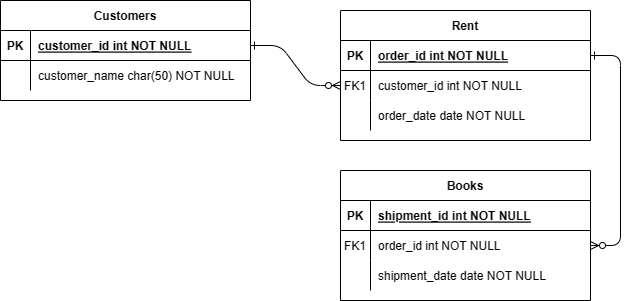
This is 제목 없는 다이어그램.drawio.png from dmswlb/shinhan_project1, a draw.io export, as it was before one commit. Source tidied: cells renumbered, new cells last; positions are measured from the earlier drawing's top-left corner, leaving out a move shared by most shapes.
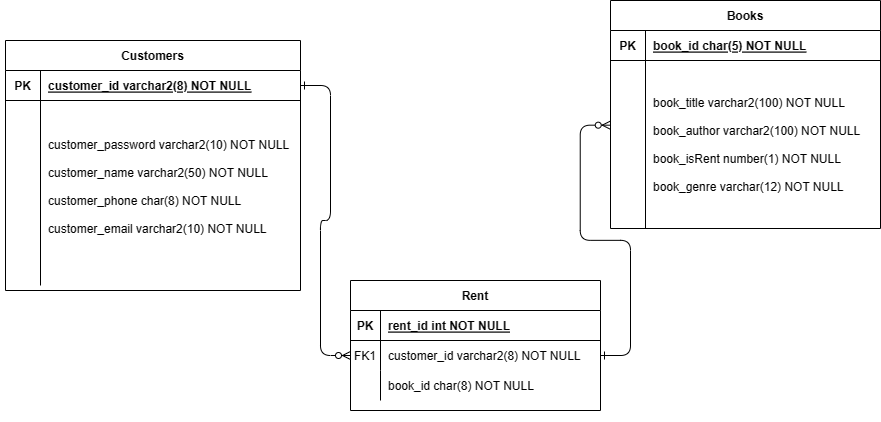
The same diagram one commit later.

Commit message:
BookRent 다이어그램.drawio.png 업데이트2

The edit, as a diff of the source:
```diff
@@ -5,11 +5,20 @@
     <mxCell id="2" style="edgeStyle=entityRelationEdgeStyle;endArrow=ERzeroToMany;startArrow=ERone;endFill=1;startFill=0;" parent="1" edge="1" source="25" target="8">
       <mxGeometry relative="1" as="geometry" />
     </mxCell>
-    <mxCell id="3" style="edgeStyle=entityRelationEdgeStyle;endArrow=ERzeroToMany;startArrow=ERone;endFill=1;startFill=0;" parent="1" edge="1" source="5" target="18">
-      <mxGeometry relative="1" as="geometry" />
+    <mxCell id="3" style="edgeStyle=entityRelationEdgeStyle;endArrow=ERzeroToMany;startArrow=ERone;endFill=1;startFill=0;entryX=-0.001;entryY=0.385;entryDx=0;entryDy=0;exitX=1;exitY=0.5;exitDx=0;exitDy=0;entryPerimeter=0;" parent="1" edge="1" source="8" target="37">
+      <mxGeometry relative="1" as="geometry">
+        <Array as="points">
+          <mxPoint x="505.7" y="42.3" />
+          <mxPoint x="505.7" y="42.3" />
+          <mxPoint x="495.7" y="123.3" />
+          <mxPoint x="450" y="123.3" />
+          <mxPoint x="470" y="183.3" />
+          <mxPoint x="470" y="123.3" />
+        </Array>
+      </mxGeometry>
     </mxCell>
     <mxCell id="4" value="Rent" style="shape=table;startSize=30;rowLines=0;fontStyle=1;align=center;" parent="1" vertex="1">
-      <mxGeometry x="340" y="10" width="250" height="130" as="geometry" />
+      <mxGeometry x="170" y="250" width="250" height="130" as="geometry" />
     </mxCell>
     <mxCell id="5" style="shape=partialRectangle;fillColor=none;points=[[0,0.5],[1,0.5]];portConstraint=eastwest;top=0;left=0;right=0;bottom=1;" parent="4" vertex="1">
       <mxGeometry y="30" width="250" height="30" as="geometry" />
@@ -17,7 +26,7 @@
     <mxCell id="6" value="PK" style="shape=partialRectangle;overflow=hidden;fillColor=none;top=0;left=0;bottom=0;right=0;fontStyle=1;" parent="5" vertex="1">
       <mxGeometry width="30" height="30" as="geometry" />
     </mxCell>
-    <mxCell id="7" value="order_id int NOT NULL " style="shape=partialRectangle;overflow=hidden;fillColor=none;top=0;left=0;bottom=0;right=0;align=left;spacingLeft=6;fontStyle=5;" parent="5" vertex="1">
+    <mxCell id="7" value="rent_id int NOT NULL " style="shape=partialRectangle;overflow=hidden;fillColor=none;top=0;left=0;bottom=0;right=0;align=left;spacingLeft=6;fontStyle=5;" parent="5" vertex="1">
       <mxGeometry x="30" width="220" height="30" as="geometry" />
     </mxCell>
     <mxCell id="8" style="shape=partialRectangle;fillColor=none;points=[[0,0.5],[1,0.5]];portConstraint=eastwest;top=0;left=0;right=0;bottom=0;" parent="4" vertex="1">
@@ -26,7 +35,7 @@
     <mxCell id="9" value="FK1" style="shape=partialRectangle;overflow=hidden;fillColor=none;top=0;left=0;bottom=0;right=0;" parent="8" vertex="1">
       <mxGeometry width="30" height="30" as="geometry" />
     </mxCell>
-    <mxCell id="10" value="customer_id int NOT NULL" style="shape=partialRectangle;overflow=hidden;fillColor=none;top=0;left=0;bottom=0;right=0;align=left;spacingLeft=6;" parent="8" vertex="1">
+    <mxCell id="10" value="customer_id varchar2(8) NOT NULL" style="shape=partialRectangle;overflow=hidden;fillColor=none;top=0;left=0;bottom=0;right=0;align=left;spacingLeft=6;" parent="8" vertex="1">
       <mxGeometry x="30" width="220" height="30" as="geometry" />
     </mxCell>
     <mxCell id="11" style="shape=partialRectangle;fillColor=none;top=0;left=0;right=0;bottom=0;" parent="4" vertex="1">
@@ -35,59 +44,62 @@
     <mxCell id="12" style="shape=partialRectangle;overflow=hidden;fillColor=none;top=0;left=0;bottom=0;right=0;" parent="11" vertex="1">
       <mxGeometry width="30" height="30" as="geometry" />
     </mxCell>
-    <mxCell id="13" value="order_date date NOT NULL" style="shape=partialRectangle;overflow=hidden;fillColor=none;top=0;left=0;bottom=0;right=0;align=left;spacingLeft=6;" parent="11" vertex="1">
+    <mxCell id="13" value="book_id char(8) NOT NULL" style="shape=partialRectangle;overflow=hidden;fillColor=none;top=0;left=0;bottom=0;right=0;align=left;spacingLeft=6;" parent="11" vertex="1">
       <mxGeometry x="30" width="220" height="30" as="geometry" />
     </mxCell>
-    <mxCell id="14" value="Books" style="shape=table;startSize=30;rowLines=0;fontStyle=1;align=center;" parent="1" vertex="1">
-      <mxGeometry x="340" y="170" width="250" height="130" as="geometry" />
-    </mxCell>
-    <mxCell id="15" style="shape=partialRectangle;fillColor=none;top=0;left=0;right=0;bottom=1;" parent="14" vertex="1">
-      <mxGeometry y="30" width="250" height="30" as="geometry" />
-    </mxCell>
-    <mxCell id="16" value="PK" style="shape=partialRectangle;overflow=hidden;fillColor=none;top=0;left=0;bottom=0;right=0;fontStyle=1;" parent="15" vertex="1">
-      <mxGeometry width="30" height="30" as="geometry" />
-    </mxCell>
-    <mxCell id="17" value="shipment_id int NOT NULL " style="shape=partialRectangle;overflow=hidden;fillColor=none;top=0;left=0;bottom=0;right=0;align=left;spacingLeft=6;fontStyle=5;" parent="15" vertex="1">
-      <mxGeometry x="30" width="220" height="30" as="geometry" />
-    </mxCell>
-    <mxCell id="18" style="shape=partialRectangle;fillColor=none;points=[[0,0.5],[1,0.5]];portConstraint=eastwest;top=0;left=0;right=0;bottom=0;" parent="14" vertex="1">
-      <mxGeometry y="60" width="250" height="30" as="geometry" />
-    </mxCell>
-    <mxCell id="19" value="FK1" style="shape=partialRectangle;overflow=hidden;fillColor=none;top=0;left=0;bottom=0;right=0;" parent="18" vertex="1">
-      <mxGeometry width="30" height="30" as="geometry" />
-    </mxCell>
-    <mxCell id="20" value="order_id int NOT NULL" style="shape=partialRectangle;overflow=hidden;fillColor=none;top=0;left=0;bottom=0;right=0;align=left;spacingLeft=6;" parent="18" vertex="1">
-      <mxGeometry x="30" width="220" height="30" as="geometry" />
-    </mxCell>
-    <mxCell id="21" style="shape=partialRectangle;fillColor=none;top=0;left=0;right=0;bottom=0;" parent="14" vertex="1">
-      <mxGeometry y="90" width="250" height="30" as="geometry" />
-    </mxCell>
-    <mxCell id="22" style="shape=partialRectangle;overflow=hidden;fillColor=none;top=0;left=0;bottom=0;right=0;" parent="21" vertex="1">
-      <mxGeometry width="30" height="30" as="geometry" />
-    </mxCell>
-    <mxCell id="23" value="shipment_date date NOT NULL" style="shape=partialRectangle;overflow=hidden;fillColor=none;top=0;left=0;bottom=0;right=0;align=left;spacingLeft=6;" parent="21" vertex="1">
-      <mxGeometry x="30" width="220" height="30" as="geometry" />
-    </mxCell>
+    <mxCell id="31" style="shape=partialRectangle;overflow=hidden;fillColor=none;top=0;left=0;bottom=0;right=0;" parent="1" vertex="1">
+      <mxGeometry y="90" width="30" height="30" as="geometry" />
+    </mxCell>
+    <mxCell id="32" style="group;" parent="1" vertex="1">
+      <mxGeometry x="-180" y="10" width="300" height="300" as="geometry" />
+    </mxCell>
-    <mxCell id="24" value="Customers" style="shape=table;startSize=30;rowLines=0;fontStyle=1;align=center;" parent="1" vertex="1">
-      <mxGeometry width="250" height="100" as="geometry" />
+    <mxCell id="24" value="Customers" style="shape=table;startSize=30;rowLines=0;fontStyle=1;align=center;" parent="32" vertex="1">
+      <mxGeometry x="5" width="295" height="250" as="geometry" />
     </mxCell>
     <mxCell id="25" style="shape=partialRectangle;fillColor=none;points=[[0,0.5],[1,0.5]];portConstraint=eastwest;top=0;left=0;right=0;bottom=1;" parent="24" vertex="1">
-      <mxGeometry y="30" width="250" height="30" as="geometry" />
+      <mxGeometry y="30" width="295" height="30" as="geometry" />
     </mxCell>
     <mxCell id="26" value="PK" style="shape=partialRectangle;overflow=hidden;fillColor=none;top=0;left=0;bottom=0;right=0;fontStyle=1;" parent="25" vertex="1">
-      <mxGeometry width="30" height="30" as="geometry" />
+      <mxGeometry width="35" height="30" as="geometry" />
     </mxCell>
-    <mxCell id="27" value="customer_id int NOT NULL " style="shape=partialRectangle;overflow=hidden;fillColor=none;top=0;left=0;bottom=0;right=0;align=left;spacingLeft=6;fontStyle=5;" parent="25" vertex="1">
-      <mxGeometry x="30" width="220" height="30" as="geometry" />
+    <mxCell id="27" value="customer_id varchar2(8) NOT NULL " style="shape=partialRectangle;overflow=hidden;fillColor=none;top=0;left=0;bottom=0;right=0;align=left;spacingLeft=6;fontStyle=5;strokeColor=inherit;" parent="25" vertex="1">
+      <mxGeometry x="35" width="260" height="30" as="geometry" />
     </mxCell>
     <mxCell id="28" style="shape=partialRectangle;fillColor=none;top=0;left=0;right=0;bottom=0;" parent="24" vertex="1">
-      <mxGeometry y="60" width="250" height="30" as="geometry" />
+      <mxGeometry y="60" width="295" height="185" as="geometry" />
     </mxCell>
     <mxCell id="29" style="shape=partialRectangle;overflow=hidden;fillColor=none;top=0;left=0;bottom=0;right=0;" parent="28" vertex="1">
-      <mxGeometry width="30" height="30" as="geometry" />
+      <mxGeometry width="35" height="185" as="geometry" />
     </mxCell>
-    <mxCell id="30" value="customer_name char(50) NOT NULL" style="shape=partialRectangle;overflow=hidden;fillColor=none;top=0;left=0;bottom=0;right=0;align=left;spacingLeft=6;" parent="28" vertex="1">
-      <mxGeometry x="30" width="220" height="30" as="geometry" />
+    <mxCell id="30" value="customer_password varchar2(10) NOT NULL&#10;&#10;customer_name varchar2(50) NOT NULL&#10;&#10;customer_phone char(8) NOT NULL&#10;&#10;customer_email varchar2(10) NOT NULL&#10;" style="shape=partialRectangle;overflow=hidden;fillColor=none;top=0;left=0;bottom=0;right=0;align=left;spacingLeft=6;" parent="28" vertex="1">
+      <mxGeometry x="35" width="260" height="185" as="geometry" />
     </mxCell>
+    <mxCell id="33" style="shape=partialRectangle;overflow=hidden;fillColor=none;top=0;left=0;bottom=0;right=0;" parent="32" vertex="1">
+      <mxGeometry y="90" width="30" height="30" as="geometry" />
+    </mxCell>
+    <mxCell id="34" style="shape=partialRectangle;fillColor=none;top=0;left=0;right=0;bottom=0;" parent="1" vertex="1">
+      <mxGeometry x="-20" y="360" width="250" height="30" as="geometry" />
+    </mxCell>
+    <mxCell id="14" value="Books" style="shape=table;startSize=30;rowLines=0;fontStyle=1;align=center;" parent="1" vertex="1">
+      <mxGeometry x="430" y="-30" width="270" height="228" as="geometry" />
+    </mxCell>
+    <mxCell id="35" style="shape=partialRectangle;fillColor=none;top=0;left=0;right=0;bottom=1;" parent="14" vertex="1">
+      <mxGeometry y="30" width="270" height="30" as="geometry" />
+    </mxCell>
+    <mxCell id="16" value="PK" style="shape=partialRectangle;overflow=hidden;fillColor=none;top=0;left=0;bottom=0;right=0;fontStyle=1;" parent="35" vertex="1">
+      <mxGeometry width="35" height="30" as="geometry" />
+    </mxCell>
+    <mxCell id="36" value="book_id char(5) NOT NULL" style="shape=partialRectangle;overflow=hidden;fillColor=none;top=0;left=0;bottom=0;right=0;align=left;spacingLeft=6;fontStyle=5;strokeColor=inherit;" parent="35" vertex="1">
+      <mxGeometry x="35" width="235" height="30" as="geometry" />
+    </mxCell>
+    <mxCell id="37" style="shape=partialRectangle;fillColor=none;points=[[0,0.5],[1,0.5]];portConstraint=eastwest;top=0;left=0;right=0;bottom=0;" parent="14" vertex="1">
+      <mxGeometry y="60" width="270" height="168" as="geometry" />
+    </mxCell>
+    <mxCell id="38" style="shape=partialRectangle;overflow=hidden;fillColor=none;top=0;left=0;bottom=0;right=0;" parent="37" vertex="1">
+      <mxGeometry width="35" height="168" as="geometry" />
+    </mxCell>
+    <mxCell id="39" value="book_title varchar2(100) NOT NULL&#10;&#10;book_author varchar2(100) NOT NULL&#10;&#10;book_isRent number(1) NOT NULL&#10;&#10;book_genre varchar(12) NOT NULL" style="shape=partialRectangle;overflow=hidden;fillColor=none;top=0;left=0;bottom=0;right=0;align=left;spacingLeft=6;" parent="37" vertex="1">
+      <mxGeometry x="35" width="235" height="168" as="geometry" />
+    </mxCell>
   </root>
 </mxGraphModel>
```
